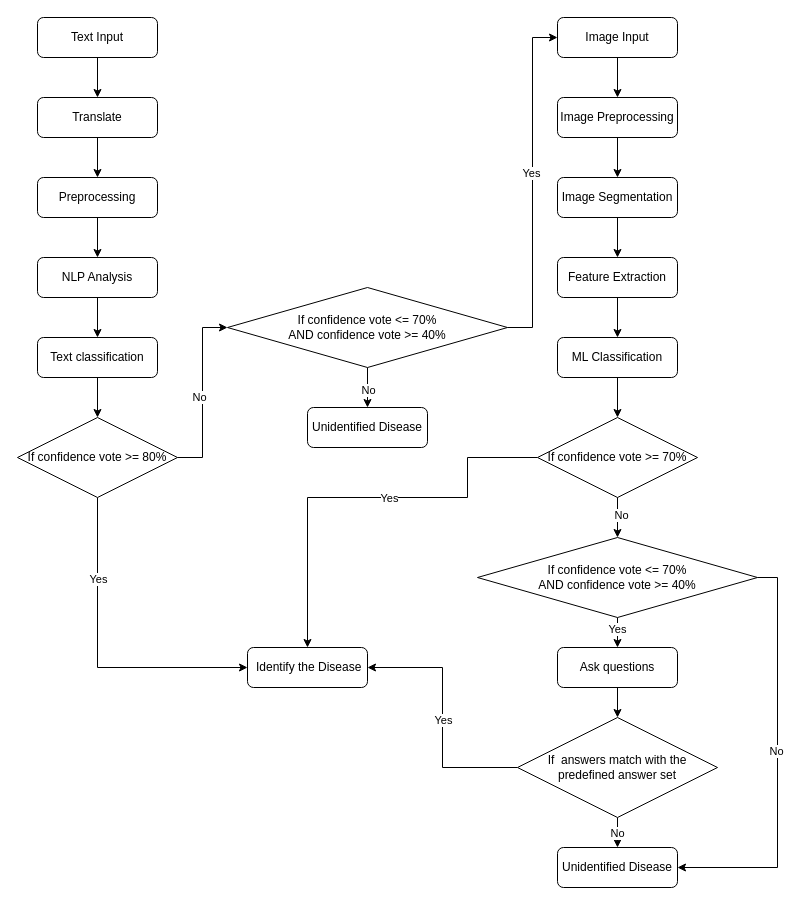
This is page "Page-1" (1 of 3) of Untitled Diagram.drawio from Nayanathara00/Nayanathara00, a draw.io file, before an edit. Source tidied: cells renumbered, new cells numbered last; positions are measured from the earlier drawing's top-left corner, leaving out a move shared by most shapes. Both pictures are drawn from the tidied source at 100%, with x=0, y=0 at pixel (17, 17).
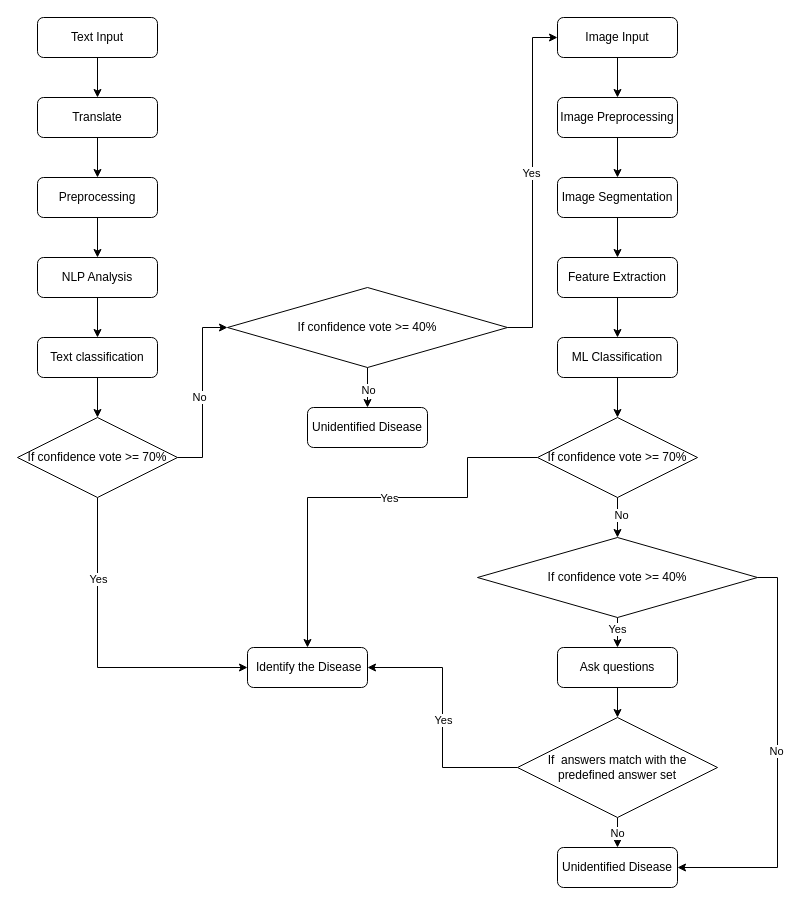
The same page after the edit.

What changed in the source:
```diff
@@
-    <mxCell id="26" value="If confidence vote &amp;gt;= 80%" style="rhombus;whiteSpace=wrap;html=1;" parent="1" vertex="1">
+    <mxCell id="26" value="If confidence vote &amp;gt;= 70%" style="rhombus;whiteSpace=wrap;html=1;" parent="1" vertex="1">
       <mxGeometry y="400" width="160" height="80" as="geometry" />
     </mxCell>
@@
-    <mxCell id="45" value="If confidence vote &amp;lt;= 70%&lt;div&gt;AND confidence vote &amp;gt;= 40%&lt;/div&gt;" style="rhombus;whiteSpace=wrap;html=1;" parent="1" vertex="1">
+    <mxCell id="45" value="If&amp;nbsp;&lt;span style=&quot;background-color: transparent; color: light-dark(rgb(0, 0, 0), rgb(255, 255, 255));&quot;&gt;confidence vote &amp;gt;= 40%&lt;/span&gt;" style="rhombus;whiteSpace=wrap;html=1;" parent="1" vertex="1">
       <mxGeometry x="460" y="520" width="280" height="80" as="geometry" />
     </mxCell>
@@
-    <mxCell id="50" value="If confidence vote &amp;lt;= 70%&lt;div&gt;AND confidence vote &amp;gt;= 40%&lt;/div&gt;" style="rhombus;whiteSpace=wrap;html=1;" parent="1" vertex="1">
+    <mxCell id="50" value="&lt;div&gt;If confidence vote &amp;gt;= 40%&lt;/div&gt;" style="rhombus;whiteSpace=wrap;html=1;" parent="1" vertex="1">
       <mxGeometry x="210" y="270" width="280" height="80" as="geometry" />
     </mxCell>
```
